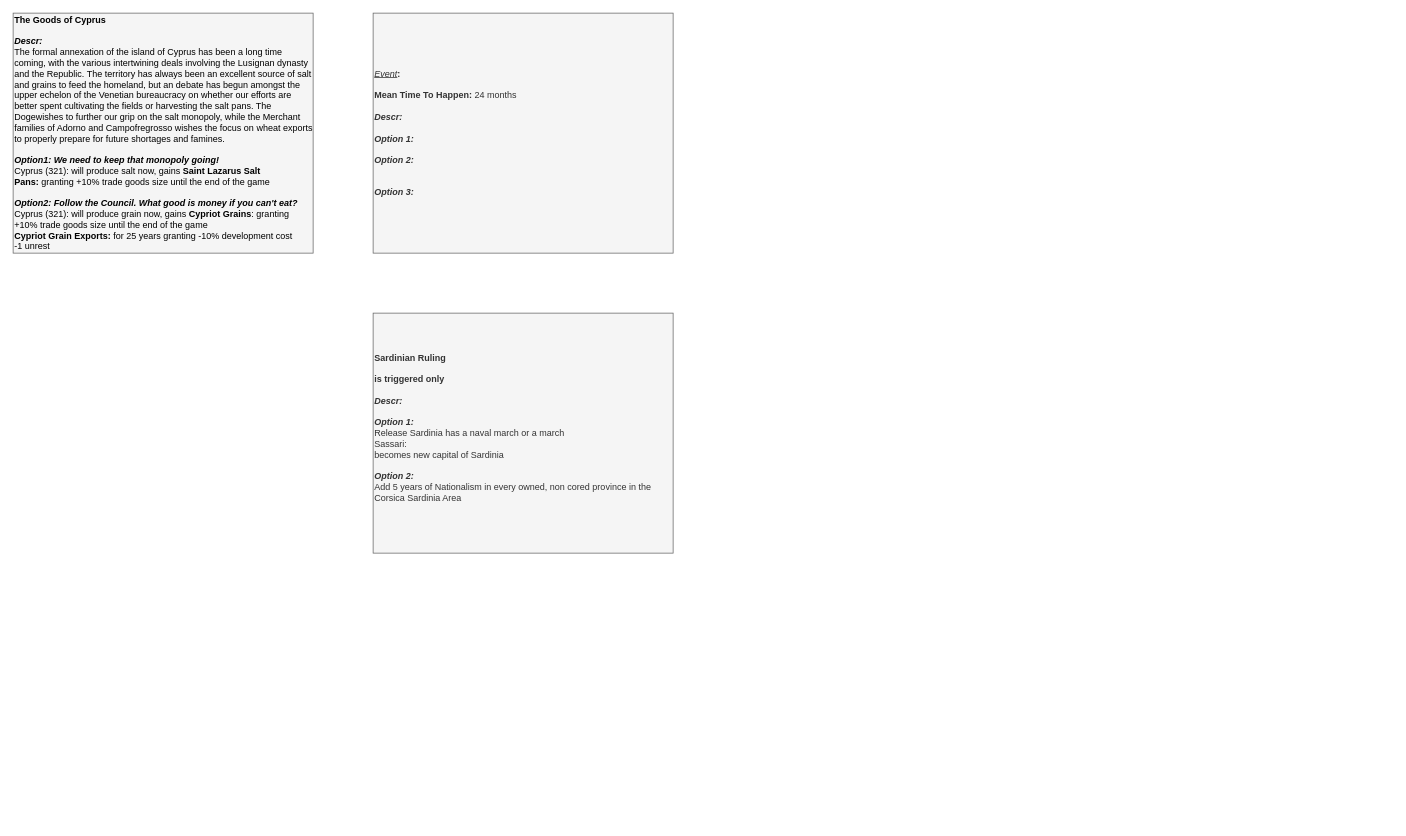
Earlier version of the draw.io diagram page "Events" (2 of 2) of It's Pesto Time/It's Pesto Time 0.2.drawio (Melvasul/Missions-Expanded). Source tidied: cells renumbered, new cells numbered last; positions are measured from the earlier drawing's top-left corner, leaving out a move shared by most shapes. Both pictures are drawn from the tidied source at 75%, with x=0, y=0 at pixel (13, 13).
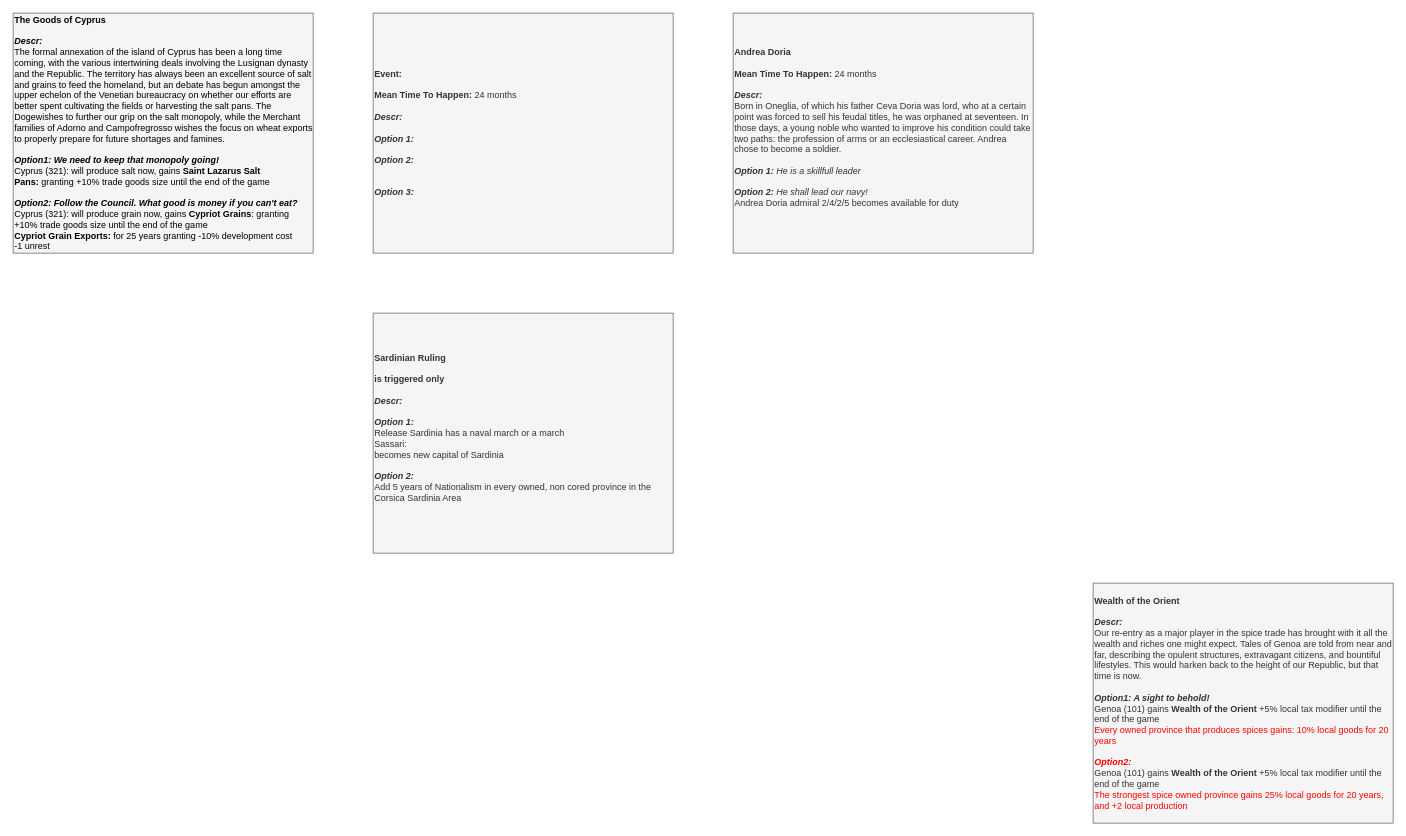
The same diagram, later.

Change to the diagram source:
```diff
@@
 <mxGraphModel>
   <root>
     <mxCell id="0" />
     <mxCell id="1" parent="0" />
-    <mxCell id="2" value="&lt;div style=&quot;font-size: 12px&quot;&gt;&lt;i&gt;&lt;u&gt;Event&lt;/u&gt;&lt;/i&gt;&lt;b&gt;:&amp;nbsp;&lt;/b&gt;&lt;/div&gt;&lt;div style=&quot;font-size: 12px&quot;&gt;&lt;b&gt;&lt;br&gt;&lt;/b&gt;&lt;/div&gt;&lt;div style=&quot;font-size: 12px&quot;&gt;&lt;b&gt;Mean Time To Happen: &lt;/b&gt;24 months&lt;/div&gt;&lt;div style=&quot;font-size: 12px&quot;&gt;&lt;b&gt;&lt;br&gt;&lt;/b&gt;&lt;/div&gt;&lt;div&gt;&lt;font&gt;&lt;div style=&quot;font-size: 12px&quot;&gt;&lt;b style=&quot;font-size: 12px&quot;&gt;&lt;i style=&quot;font-size: 12px&quot;&gt;Descr:&lt;/i&gt;&lt;/b&gt;&lt;/div&gt;&lt;/font&gt;&lt;/div&gt;&lt;div&gt;&lt;br&gt;&lt;/div&gt;&lt;div style=&quot;font-size: 12px&quot;&gt;&lt;/div&gt;&lt;font&gt;&lt;b style=&quot;font-size: 12px ; font-style: italic&quot;&gt;Option 1:&lt;/b&gt;&lt;span style=&quot;font-size: 12px ; font-style: italic&quot;&gt; &lt;/span&gt;&lt;br&gt;&lt;br&gt;&lt;span style=&quot;font-size: 12px&quot;&gt;&lt;i&gt;&lt;b&gt;Option 2:&lt;/b&gt;&amp;nbsp;&lt;/i&gt;&lt;/span&gt;&lt;br&gt;&lt;div&gt;&lt;br&gt;&lt;/div&gt;&lt;div&gt;&lt;br&gt;&lt;/div&gt;&lt;div&gt;&lt;i style=&quot;font-weight: bold&quot;&gt;Option 3:&amp;nbsp;&lt;/i&gt;&lt;/div&gt;&lt;/font&gt;" style="rounded=0;whiteSpace=wrap;html=1;align=left;fontSize=12;fillColor=#f5f5f5;strokeColor=#666666;fontColor=#333333;" parent="1" vertex="1">
+    <mxCell id="2" value="&lt;div style=&quot;font-size: 12px&quot;&gt;&lt;b&gt;Event:&lt;/b&gt;&lt;/div&gt;&lt;div style=&quot;font-size: 12px&quot;&gt;&lt;b&gt;&lt;br&gt;&lt;/b&gt;&lt;/div&gt;&lt;div style=&quot;font-size: 12px&quot;&gt;&lt;b&gt;Mean Time To Happen: &lt;/b&gt;24 months&lt;/div&gt;&lt;div style=&quot;font-size: 12px&quot;&gt;&lt;b&gt;&lt;br&gt;&lt;/b&gt;&lt;/div&gt;&lt;div&gt;&lt;font&gt;&lt;div style=&quot;font-size: 12px&quot;&gt;&lt;b style=&quot;font-size: 12px&quot;&gt;&lt;i style=&quot;font-size: 12px&quot;&gt;Descr:&lt;/i&gt;&lt;/b&gt;&lt;/div&gt;&lt;/font&gt;&lt;/div&gt;&lt;div&gt;&lt;br&gt;&lt;/div&gt;&lt;div style=&quot;font-size: 12px&quot;&gt;&lt;/div&gt;&lt;font&gt;&lt;b style=&quot;font-size: 12px ; font-style: italic&quot;&gt;Option 1:&lt;/b&gt;&lt;span style=&quot;font-size: 12px ; font-style: italic&quot;&gt; &lt;/span&gt;&lt;br&gt;&lt;br&gt;&lt;span style=&quot;font-size: 12px&quot;&gt;&lt;i&gt;&lt;b&gt;Option 2:&lt;/b&gt;&amp;nbsp;&lt;/i&gt;&lt;/span&gt;&lt;br&gt;&lt;div&gt;&lt;br&gt;&lt;/div&gt;&lt;div&gt;&lt;br&gt;&lt;/div&gt;&lt;div&gt;&lt;i style=&quot;font-weight: bold&quot;&gt;Option 3:&amp;nbsp;&lt;/i&gt;&lt;/div&gt;&lt;/font&gt;" style="rounded=0;whiteSpace=wrap;html=1;align=left;fontSize=12;fillColor=#f5f5f5;strokeColor=#666666;fontColor=#333333;" parent="1" vertex="1">
       <mxGeometry x="480" width="400" height="320" as="geometry" />
     </mxCell>
+    <mxCell id="5" value="&lt;div style=&quot;font-size: 12px&quot;&gt;&lt;b&gt;Andrea Doria&lt;/b&gt;&lt;/div&gt;&lt;div style=&quot;font-size: 12px&quot;&gt;&lt;b&gt;&lt;br&gt;&lt;/b&gt;&lt;/div&gt;&lt;div style=&quot;font-size: 12px&quot;&gt;&lt;b&gt;Mean Time To Happen: &lt;/b&gt;24 months&lt;/div&gt;&lt;div style=&quot;font-size: 12px&quot;&gt;&lt;b&gt;&lt;br&gt;&lt;/b&gt;&lt;/div&gt;&lt;div&gt;&lt;font&gt;&lt;div style=&quot;font-size: 12px&quot;&gt;&lt;b style=&quot;font-size: 12px&quot;&gt;&lt;i style=&quot;font-size: 12px&quot;&gt;Descr:&lt;/i&gt;&lt;/b&gt;&lt;/div&gt;&lt;/font&gt;&lt;/div&gt;&lt;div&gt;Born in Oneglia, of which his father Ceva Doria was lord, who at a certain point was forced to sell his feudal titles, he was orphaned at seventeen. In those days, a young noble who wanted to improve his condition could take two paths: the profession of arms or an ecclesiastical career. Andrea chose to become a soldier.&lt;br&gt;&lt;/div&gt;&lt;div&gt;&lt;br&gt;&lt;/div&gt;&lt;div style=&quot;font-size: 12px&quot;&gt;&lt;/div&gt;&lt;font&gt;&lt;b style=&quot;font-size: 12px ; font-style: italic&quot;&gt;Option 1:&lt;/b&gt;&lt;span style=&quot;font-size: 12px ; font-style: italic&quot;&gt;&amp;nbsp;He is a skillfull leader&lt;/span&gt;&lt;br&gt;&lt;br&gt;&lt;span style=&quot;font-size: 12px&quot;&gt;&lt;i&gt;&lt;b&gt;Option 2:&lt;/b&gt;&amp;nbsp;He shall lead our navy!&lt;br&gt;&lt;/i&gt;&lt;/span&gt;Andrea Doria admiral 2/4/2/5 becomes available for duty&lt;br&gt;&lt;div&gt;&lt;br&gt;&lt;/div&gt;&lt;/font&gt;" style="rounded=0;whiteSpace=wrap;html=1;align=left;fontSize=12;fillColor=#f5f5f5;strokeColor=#666666;fontColor=#333333;" parent="1" vertex="1">
+      <mxGeometry x="960" width="400" height="320" as="geometry" />
+    </mxCell>
     <mxCell id="3" value="&lt;div style=&quot;font-size: 12px&quot;&gt;&lt;b&gt;Sardinian Ruling&lt;/b&gt;&lt;/div&gt;&lt;div style=&quot;font-size: 12px&quot;&gt;&lt;b&gt;&lt;br&gt;&lt;/b&gt;&lt;/div&gt;&lt;div style=&quot;font-size: 12px&quot;&gt;&lt;b&gt;is triggered only&lt;/b&gt;&lt;/div&gt;&lt;div style=&quot;font-size: 12px&quot;&gt;&lt;b&gt;&lt;br&gt;&lt;/b&gt;&lt;/div&gt;&lt;div&gt;&lt;font&gt;&lt;div style=&quot;font-size: 12px&quot;&gt;&lt;b style=&quot;font-size: 12px&quot;&gt;&lt;i style=&quot;font-size: 12px&quot;&gt;Descr:&lt;/i&gt;&lt;/b&gt;&lt;/div&gt;&lt;/font&gt;&lt;/div&gt;&lt;div&gt;&lt;br&gt;&lt;/div&gt;&lt;div style=&quot;font-size: 12px&quot;&gt;&lt;/div&gt;&lt;font&gt;&lt;b style=&quot;font-size: 12px ; font-style: italic&quot;&gt;Option 1:&lt;/b&gt;&lt;span style=&quot;font-size: 12px ; font-style: italic&quot;&gt; &lt;/span&gt;&lt;br&gt;Release Sardinia has a naval march or a march&lt;br&gt;Sassari:&lt;br&gt;becomes new capital of Sardinia&lt;br&gt;&lt;br&gt;&lt;span style=&quot;font-size: 12px&quot;&gt;&lt;i&gt;&lt;b&gt;Option 2:&lt;/b&gt;&amp;nbsp;&lt;/i&gt;&lt;/span&gt;&lt;br&gt;&lt;div&gt;Add 5 years of Nationalism in every owned, non cored province in the Corsica Sardinia Area&lt;/div&gt;&lt;div&gt;&lt;br&gt;&lt;/div&gt;&lt;/font&gt;" style="rounded=0;whiteSpace=wrap;html=1;align=left;fontSize=12;fillColor=#f5f5f5;strokeColor=#666666;fontColor=#333333;" parent="1" vertex="1">
       <mxGeometry x="480" y="400" width="400" height="320" as="geometry" />
     </mxCell>
     <mxCell id="4" value="&lt;div&gt;&lt;font color=&quot;#000000&quot;&gt;&lt;b&gt;The Goods of Cyprus&lt;/b&gt;&lt;br&gt;&lt;/font&gt;&lt;/div&gt;&lt;div&gt;&lt;b&gt;&lt;font color=&quot;#000000&quot;&gt;&lt;br&gt;&lt;/font&gt;&lt;/b&gt;&lt;/div&gt;&lt;div&gt;&lt;font color=&quot;#000000&quot;&gt;&lt;b&gt;&lt;i&gt;Descr:&lt;/i&gt;&lt;/b&gt;&amp;nbsp;&lt;/font&gt;&lt;/div&gt;&lt;div&gt;&lt;font color=&quot;#000000&quot;&gt;The formal annexation of the island of Cyprus has been a long time coming, with the various intertwining deals involving the Lusignan dynasty and the Republic. The territory has always been an excellent source of salt and grains to feed the homeland, but an debate has begun amongst the upper echelon of the Venetian bureaucracy on whether our efforts are better spent cultivating the fields or harvesting the salt pans. The Dogewishes to further our grip on the salt monopoly, while the Merchant families of Adorno and Campofregrosso wishes the focus on wheat exports to properly prepare for future shortages and famines.&lt;/font&gt;&lt;/div&gt;&lt;div style=&quot;font-size: 12px&quot;&gt;&lt;span style=&quot;font-size: 12px&quot;&gt;&lt;font color=&quot;#000000&quot;&gt;&lt;br style=&quot;font-size: 12px&quot;&gt;&lt;/font&gt;&lt;/span&gt;&lt;/div&gt;&lt;div style=&quot;font-size: 12px&quot;&gt;&lt;font color=&quot;#000000&quot;&gt;&lt;b&gt;&lt;i&gt;Option1:&amp;nbsp;&lt;/i&gt;&lt;/b&gt;&lt;i&gt;&lt;b&gt;We need to keep that monopoly going!&lt;/b&gt;&lt;/i&gt;&lt;/font&gt;&lt;/div&gt;&lt;div style=&quot;font-size: 12px&quot;&gt;&lt;font color=&quot;#000000&quot;&gt;&lt;span&gt;Cyprus (321): will produce salt now,&amp;nbsp;&lt;/span&gt;&lt;span&gt;gains&amp;nbsp;&lt;/span&gt;&lt;b&gt;Saint Lazarus Salt Pans&lt;/b&gt;&lt;b&gt;:&lt;/b&gt;&lt;span&gt;&amp;nbsp;granting&amp;nbsp;+10% trade goods size until the end of the game&lt;/span&gt;&lt;/font&gt;&lt;/div&gt;&lt;div style=&quot;font-size: 12px&quot;&gt;&lt;font color=&quot;#000000&quot;&gt;&lt;br&gt;&lt;/font&gt;&lt;/div&gt;&lt;div style=&quot;font-size: 12px&quot;&gt;&lt;font color=&quot;#000000&quot;&gt;&lt;b&gt;&lt;i&gt;Option2:&amp;nbsp;&lt;/i&gt;&lt;/b&gt;&lt;span&gt;&lt;b&gt;&lt;i&gt;Follow the Council. What good is money if you can't eat?&lt;/i&gt;&lt;/b&gt;&lt;/span&gt;&lt;/font&gt;&lt;/div&gt;&lt;div&gt;&lt;div style=&quot;font-size: 12px&quot;&gt;&lt;font color=&quot;#000000&quot;&gt;Cyprus (321): will produce grain now,&amp;nbsp;&lt;span&gt;gains &lt;/span&gt;&lt;b&gt;Cypriot Grains&lt;/b&gt;&lt;span&gt;: granting +10% trade goods size until the end of the game&lt;/span&gt;&lt;/font&gt;&lt;/div&gt;&lt;div&gt;&lt;font color=&quot;#000000&quot;&gt;&lt;b&gt;Cypriot Grain Exports:&lt;/b&gt;&amp;nbsp;for 25 years granting -10% development cost&lt;br&gt;&lt;/font&gt;&lt;/div&gt;&lt;div&gt;&lt;font color=&quot;#000000&quot;&gt;-1 unrest&lt;/font&gt;&lt;/div&gt;&lt;/div&gt;" style="rounded=0;whiteSpace=wrap;html=1;fillColor=#f5f5f5;strokeColor=#666666;fontSize=12;align=left;fontColor=#333333;" parent="1" vertex="1">
       <mxGeometry width="400" height="320" as="geometry" />
     </mxCell>
+    <mxCell id="6" value="&lt;div&gt;&lt;b&gt;Wealth of the Orient&lt;/b&gt;&lt;br&gt;&lt;/div&gt;&lt;div&gt;&lt;b&gt;&lt;br&gt;&lt;/b&gt;&lt;/div&gt;&lt;div&gt;&lt;b&gt;&lt;i&gt;Descr:&lt;/i&gt;&lt;/b&gt;&amp;nbsp;&lt;/div&gt;Our re-entry as a major player in the spice trade has brought with it all the wealth and riches one might expect. Tales of Genoa are told from near and far, describing the opulent structures, extravagant citizens, and bountiful lifestyles. This would harken back to the height of our Republic, but that time is now.&lt;div&gt;&lt;br&gt;&lt;/div&gt;&lt;div style=&quot;font-size: 12px&quot;&gt;&lt;/div&gt;&lt;b&gt;&lt;i&gt;Option1: A sight to behold!&lt;/i&gt;&lt;/b&gt;&lt;br class=&quot;Apple-interchange-newline&quot;&gt;Genoa (101) gains&amp;nbsp;&lt;b&gt;Wealth of the Orient&lt;/b&gt;&amp;nbsp;+5% local tax modifier until the end of the game&lt;div&gt;&lt;font color=&quot;#ff0000&quot;&gt;Every owned province that produces spices gains: 10% local goods for 20 years&lt;/font&gt;&lt;/div&gt;&lt;div&gt;&lt;font color=&quot;#ff0000&quot;&gt;&lt;br&gt;&lt;/font&gt;&lt;/div&gt;&lt;div&gt;&lt;font color=&quot;#ff0000&quot;&gt;&lt;b&gt;&lt;i&gt;Option2:&lt;/i&gt;&lt;/b&gt;&lt;/font&gt;&lt;/div&gt;Genoa (101) gains&amp;nbsp;&lt;b&gt;Wealth of the Orient&lt;/b&gt;&amp;nbsp;+5% local tax modifier until the end of the game&lt;div&gt;&lt;font color=&quot;#ff0000&quot;&gt;The strongest spice owned province gains 25% local goods for 20 years, and +2 local production&lt;/font&gt;&lt;/div&gt;" style="rounded=0;whiteSpace=wrap;html=1;fillColor=#f5f5f5;strokeColor=#666666;fontSize=12;align=left;fontColor=#333333;" parent="1" vertex="1">
+      <mxGeometry x="1440" y="760" width="400" height="320" as="geometry" />
+    </mxCell>
   </root>
 </mxGraphModel>
```
